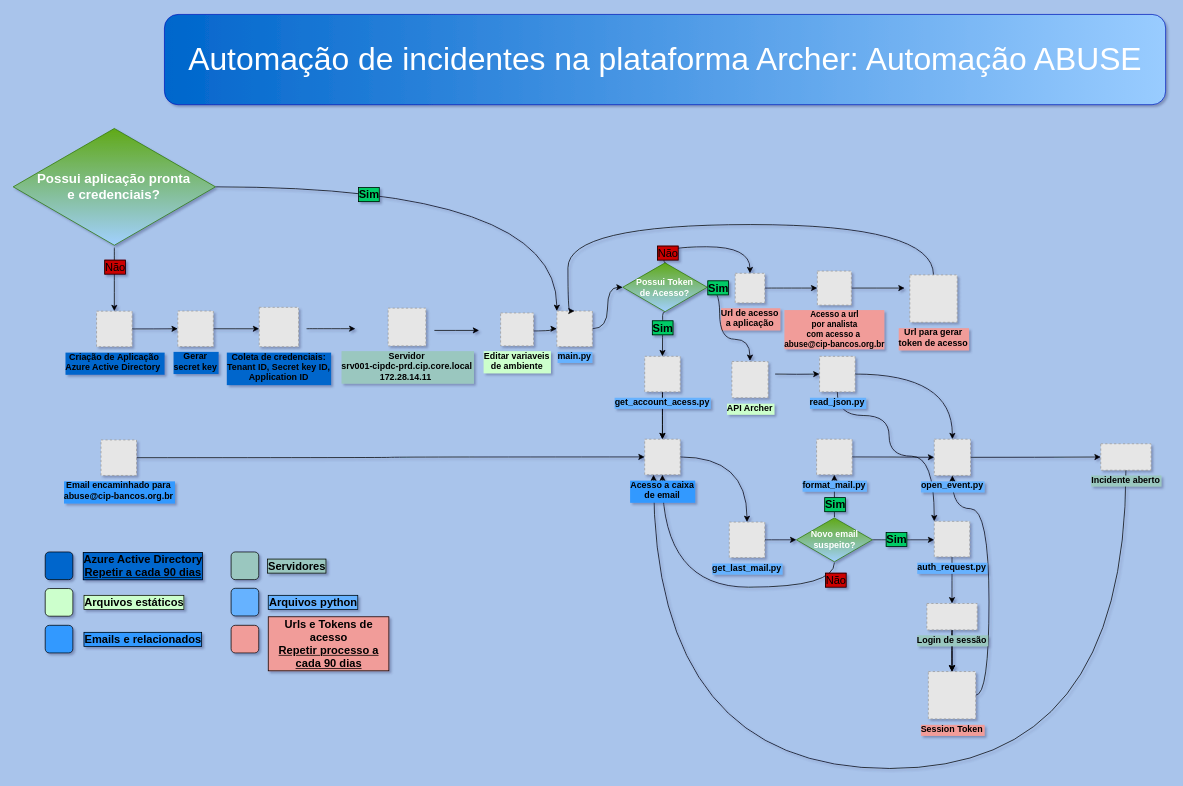
Before: Untitled Diagram.drawio in Antonio-Costa00/Auto-Indicents-Creation-From-Fishing-Atacks, a draw.io diagram. Source tidied: cells renumbered, new cells numbered last; positions are measured from the earlier drawing's top-left corner, leaving out a move shared by most shapes. Both pictures are drawn from the tidied source at 74%, with x=0, y=0 at pixel (13, 14). Pictures stored in the file or linked from it are replaced by grey dashed boxes.
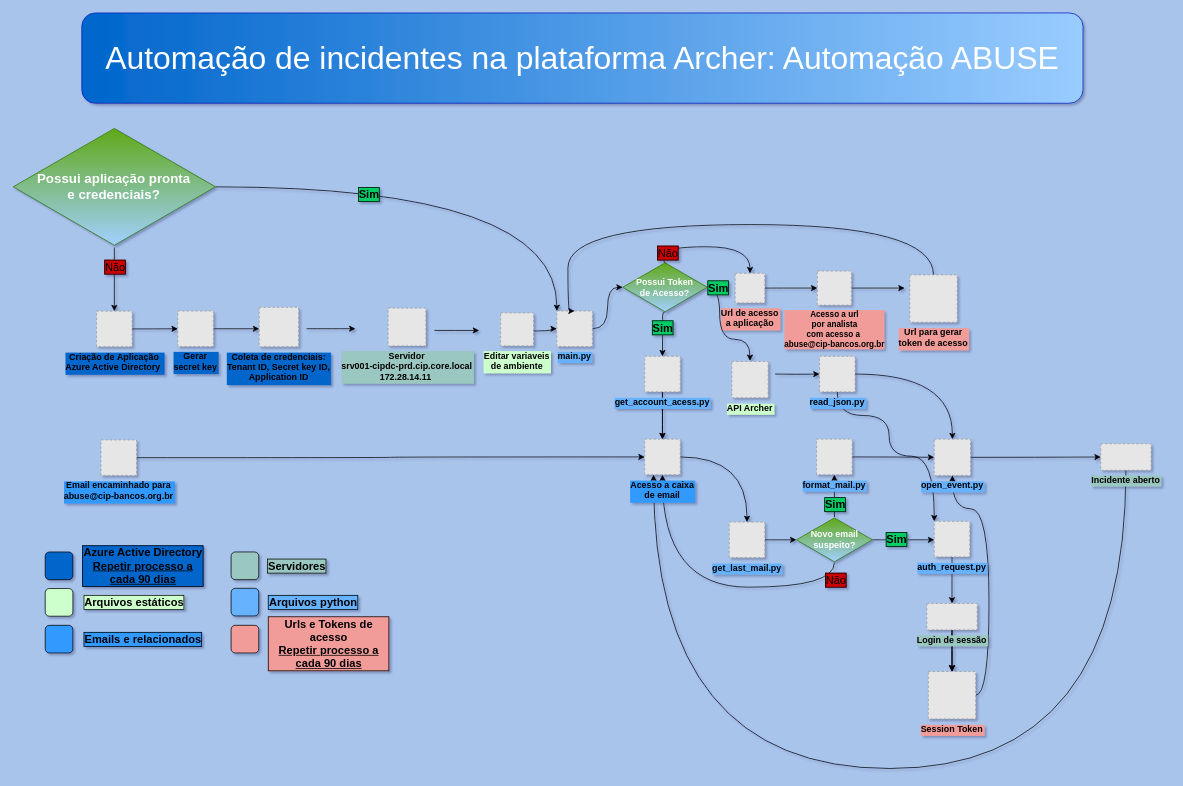
Above is the later version.

What changed in the source:
```diff
@@
     <mxCell id="64" value="Automação de incidentes na plataforma Archer: Automação ABUSE" style="rounded=1;whiteSpace=wrap;html=1;fontSize=43;fillColor=#99CCFF;strokeColor=#001DBC;fontColor=#ffffff;gradientColor=#0066CC;gradientDirection=west;" parent="1" vertex="1">
-      <mxGeometry x="204.7" width="1353" height="122" as="geometry" />
+      <mxGeometry x="93" y="-2" width="1353" height="122" as="geometry" />
     </mxCell>
@@
-    <mxCell id="71" value="&lt;span&gt;Azure Active Directory&lt;br&gt;&lt;u&gt;Repetir a cada 90 dias&lt;/u&gt;&lt;br&gt;&lt;/span&gt;" style="text;html=1;strokeColor=none;fillColor=none;align=center;verticalAlign=middle;whiteSpace=wrap;rounded=1;labelBackgroundColor=#0066CC;labelBorderColor=default;fontSize=15;fontColor=#000000;shadow=1;glass=1;sketch=0;fontStyle=1;" parent="1" vertex="1">
+    <mxCell id="71" value="&lt;span&gt;Azure Active Directory&lt;br&gt;&lt;u&gt;Repetir processo a cada 90 dias&lt;/u&gt;&lt;br&gt;&lt;/span&gt;" style="text;html=1;strokeColor=none;fillColor=none;align=center;verticalAlign=middle;whiteSpace=wrap;rounded=1;labelBackgroundColor=#0066CC;labelBorderColor=default;fontSize=15;fontColor=#000000;shadow=1;glass=1;sketch=0;fontStyle=1;" parent="1" vertex="1">
       <mxGeometry x="93" y="726.4" width="165.6" height="37.1" as="geometry" />
     </mxCell>
```
